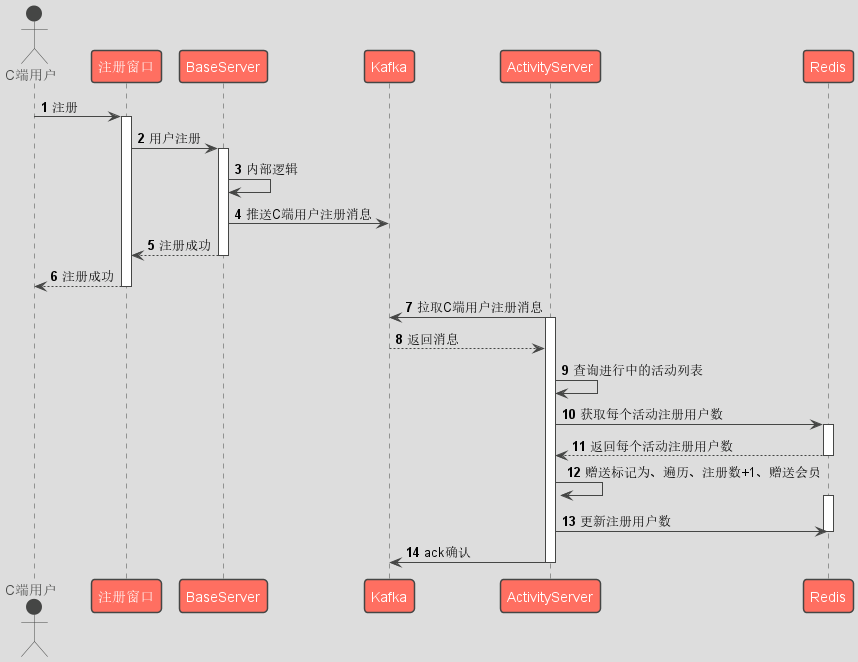
Earlier version of the PlantUML export demo_lean/src/main/resources/sequence/RegisterToSendMembers.png (Awesome-GJK/LearningCodes).
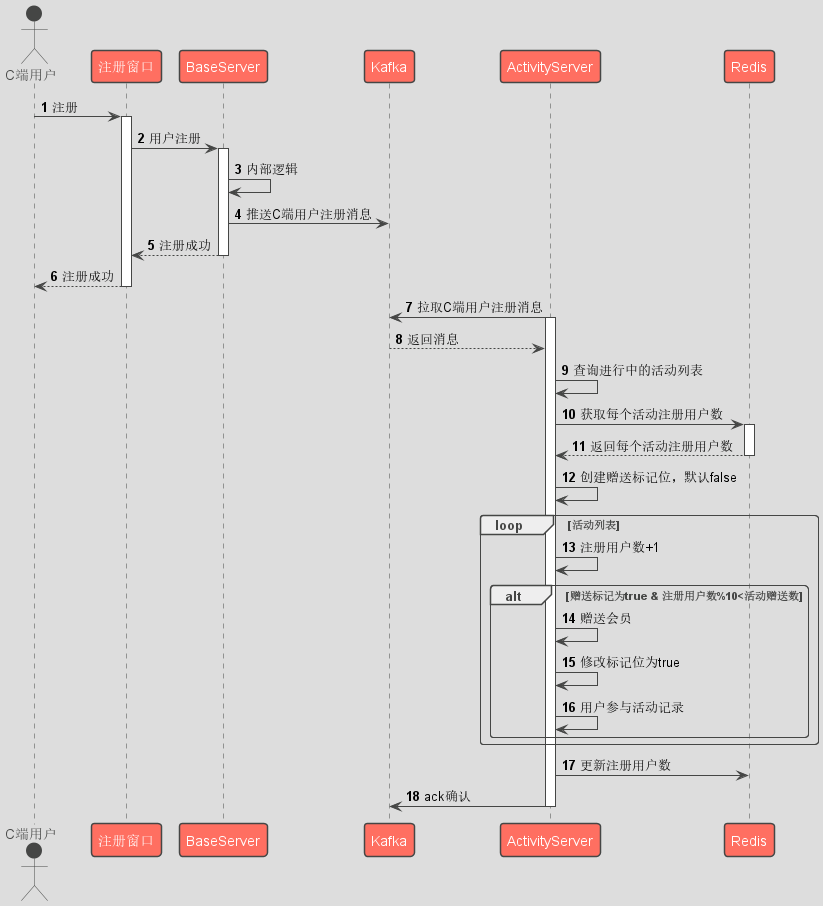
Above is the later version.

What changed in the source:
```diff
@@ -22,7 +22,15 @@
 activate Redis
 Redis --> ActivityServer: 返回每个活动注册用户数
 deactivate Redis
-ActivityServer -> ActivityServer: 赠送标记为、遍历、注册数+1、赠送会员
+ActivityServer -> ActivityServer: 创建赠送标记位，默认false
+loop 活动列表
+ActivityServer -> ActivityServer: 注册用户数+1
+alt 赠送标记为true & 注册用户数%10<活动赠送数
+ActivityServer -> ActivityServer: 赠送会员
+ActivityServer -> ActivityServer: 修改标记位为true
+ActivityServer -> ActivityServer: 用户参与活动记录
+end
+end
 activate Redis
 ActivityServer -> Redis: 更新注册用户数
 deactivate Redis
```
